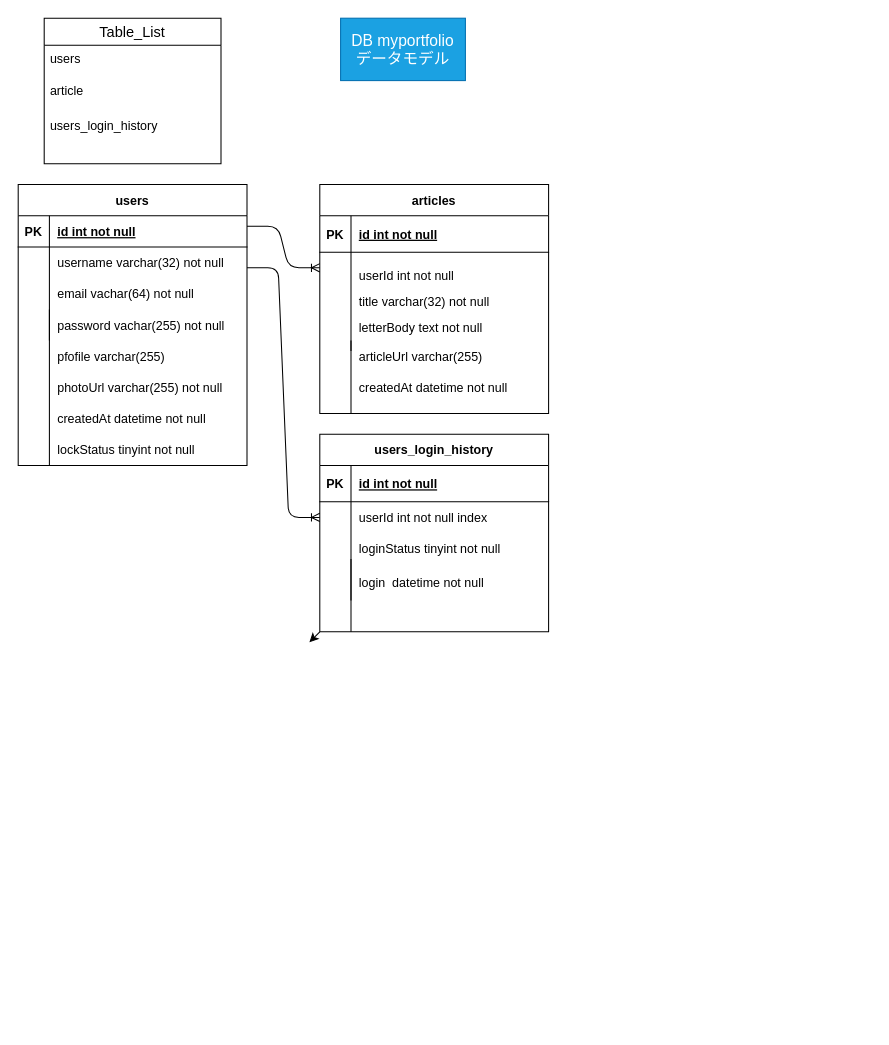
This is db.dio from hirohana/technologypost-backend, a draw.io file, before an edit. Source tidied: cells renumbered, new cells numbered last; positions are measured from the earlier drawing's top-left corner, leaving out a move shared by most shapes. Both pictures are drawn from the tidied source at 104%, with x=0, y=0 at pixel (18, 18).
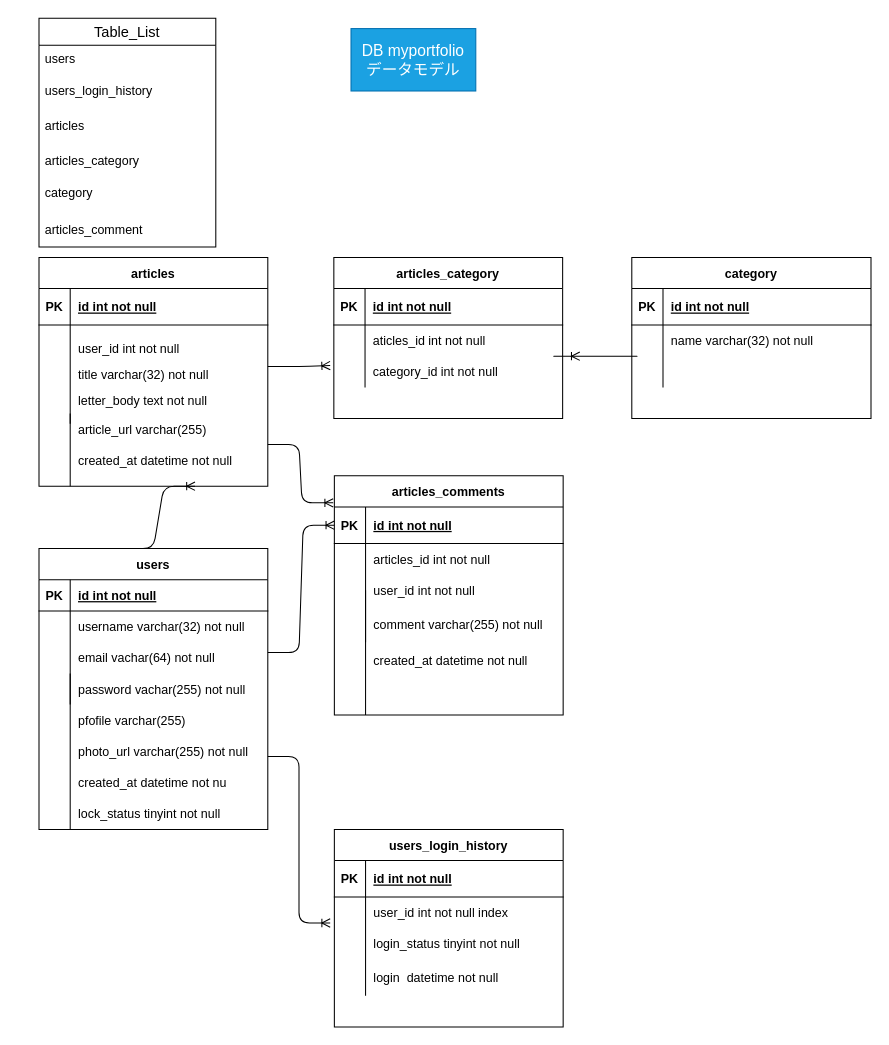
The same diagram, later.

Unchanged cells that the change refers to:
```xml
<mxCell id="20" style="shape=partialRectangle;fillColor=none;top=0;left=0;bottom=0;right=0;points=[[0,0.5],[1,0.5]];portConstraint=eastwest;" parent="16" vertex="1">
  <mxGeometry y="65" width="220" height="30" as="geometry" />
</mxCell>
<mxCell id="47" style="shape=partialRectangle;fillColor=none;top=0;left=0;bottom=0;right=0;points=[[0,0.5],[1,0.5]];portConstraint=eastwest;" parent="43" vertex="1">
  <mxGeometry y="65" width="220" height="30" as="geometry" />
</mxCell>
<mxCell id="50" style="shape=partialRectangle;fillColor=none;top=0;left=0;bottom=0;right=0;" parent="43" vertex="1">
  <mxGeometry y="95" width="220" height="30" as="geometry" />
</mxCell>
```

Diff of the diagram source:
```diff
@@
     <mxCell id="2" value="users" style="shape=table;startSize=30;childLayout=tableLayout;rowLines=0;fontStyle=1;align=center;" parent="1" vertex="1">
-      <mxGeometry y="160" width="220" height="270" as="geometry" />
+      <mxGeometry x="20" y="510" width="220" height="270" as="geometry" />
     </mxCell>
@@
     <mxCell id="15" value="&lt;font style=&quot;font-size: 15px&quot;&gt;DB myportfolio&lt;br&gt;データモデル&lt;/font&gt;" style="whiteSpace=wrap;html=1;fillColor=#1ba1e2;fontColor=#ffffff;strokeColor=#006EAF;" parent="1" vertex="1">
-      <mxGeometry x="310" width="120" height="60" as="geometry" />
+      <mxGeometry x="320" y="10" width="120" height="60" as="geometry" />
     </mxCell>
     <mxCell id="16" value="articles" style="shape=table;startSize=30;childLayout=tableLayout;rowLines=0;fontStyle=1;align=center;" parent="1" vertex="1">
-      <mxGeometry x="290" y="160" width="220" height="220" as="geometry" />
+      <mxGeometry x="20" y="230" width="220" height="220" as="geometry" />
     </mxCell>
@@
     <mxCell id="29" style="shape=partialRectangle;fillColor=none;top=0;left=0;bottom=0;right=0;" parent="1" vertex="1">
-      <mxGeometry x="290" y="340" width="190" height="30" as="geometry" />
+      <mxGeometry x="20" y="410" width="190" height="30" as="geometry" />
     </mxCell>
@@
-    <mxCell id="31" value="createdAt datetime not null" style="shape=partialRectangle;fillColor=none;top=0;left=0;bottom=0;right=0;align=left;spacingLeft=6;overflow=hidden;" parent="29" vertex="1">
+    <mxCell id="31" value="created_at datetime not null" style="shape=partialRectangle;fillColor=none;top=0;left=0;bottom=0;right=0;align=left;spacingLeft=6;overflow=hidden;" parent="29" vertex="1">
       <mxGeometry x="30" width="160" height="30" as="geometry" />
     </mxCell>
     <mxCell id="32" style="shape=partialRectangle;fillColor=none;top=0;left=0;bottom=0;right=0;" parent="1" vertex="1">
-      <mxGeometry x="290" y="310" width="180" height="30" as="geometry" />
+      <mxGeometry x="20" y="380" width="180" height="30" as="geometry" />
     </mxCell>
@@
-    <mxCell id="34" value="articleUrl varchar(255)" style="shape=partialRectangle;fillColor=none;top=0;left=0;bottom=0;right=0;align=left;spacingLeft=6;overflow=hidden;" parent="32" vertex="1">
+    <mxCell id="34" value="article_url varchar(255)" style="shape=partialRectangle;fillColor=none;top=0;left=0;bottom=0;right=0;align=left;spacingLeft=6;overflow=hidden;" parent="32" vertex="1">
       <mxGeometry x="30" width="150" height="30" as="geometry" />
     </mxCell>
     <mxCell id="35" style="endArrow=none;html=1;rounded=0;" parent="1" edge="1">
       <mxGeometry relative="1" as="geometry">
-        <mxPoint x="320" y="310" as="sourcePoint" />
-        <mxPoint x="320" y="380" as="targetPoint" />
+        <mxPoint x="50" y="380" as="sourcePoint" />
+        <mxPoint x="50" y="450" as="targetPoint" />
       </mxGeometry>
     </mxCell>
     <mxCell id="36" value="pfofile varchar(255)" style="shape=partialRectangle;fillColor=none;top=0;left=0;bottom=0;right=0;align=left;spacingLeft=6;overflow=hidden;" parent="1" vertex="1">
-      <mxGeometry x="30" y="310" width="190" height="30" as="geometry" />
+      <mxGeometry x="50" y="660" width="190" height="30" as="geometry" />
     </mxCell>
-    <mxCell id="37" value="createdAt datetime not null" style="shape=partialRectangle;fillColor=none;top=0;left=0;bottom=0;right=0;align=left;spacingLeft=6;overflow=hidden;" parent="1" vertex="1">
-      <mxGeometry x="30" y="370" width="150" height="30" as="geometry" />
+    <mxCell id="37" value="created_at datetime not null" style="shape=partialRectangle;fillColor=none;top=0;left=0;bottom=0;right=0;align=left;spacingLeft=6;overflow=hidden;" parent="1" vertex="1">
+      <mxGeometry x="50" y="720" width="150" height="30" as="geometry" />
     </mxCell>
     <mxCell id="38" value="password vachar(255) not null" style="shape=partialRectangle;fillColor=none;top=0;left=0;bottom=0;right=0;align=left;spacingLeft=6;overflow=hidden;" parent="1" vertex="1">
-      <mxGeometry x="30" y="280" width="190" height="30" as="geometry" />
+      <mxGeometry x="50" y="630" width="190" height="30" as="geometry" />
     </mxCell>
     <mxCell id="39" style="endArrow=none;html=1;rounded=0;" parent="1" edge="1">
       <mxGeometry relative="1" as="geometry">
-        <mxPoint x="30" y="280" as="sourcePoint" />
-        <mxPoint x="30" y="430" as="targetPoint" />
+        <mxPoint x="50" y="630" as="sourcePoint" />
+        <mxPoint x="50" y="780" as="targetPoint" />
       </mxGeometry>
     </mxCell>
-    <mxCell id="40" value="photoUrl varchar(255) not null" style="shape=partialRectangle;fillColor=none;top=0;left=0;bottom=0;right=0;align=left;spacingLeft=6;overflow=hidden;" parent="1" vertex="1">
-      <mxGeometry x="30" y="340" width="190" height="30" as="geometry" />
+    <mxCell id="40" value="photo_url varchar(255) not null" style="shape=partialRectangle;fillColor=none;top=0;left=0;bottom=0;right=0;align=left;spacingLeft=6;overflow=hidden;" parent="1" vertex="1">
+      <mxGeometry x="50" y="690" width="190" height="30" as="geometry" />
     </mxCell>
     <mxCell id="41" value="email vachar(64) not null" style="shape=partialRectangle;fillColor=none;top=0;left=0;bottom=0;right=0;align=left;spacingLeft=6;overflow=hidden;" parent="1" vertex="1">
-      <mxGeometry x="30" y="250" width="190" height="30" as="geometry" />
+      <mxGeometry x="50" y="600" width="190" height="30" as="geometry" />
     </mxCell>
-    <mxCell id="42" style="edgeStyle=none;html=1;exitX=0;exitY=1;exitDx=0;exitDy=0;" parent="1" edge="1" source="43">
-      <mxGeometry relative="1" as="geometry">
-        <mxPoint x="280" y="600" as="targetPoint" />
-      </mxGeometry>
-    </mxCell>
     <mxCell id="43" value="users_login_history" style="shape=table;startSize=30;childLayout=tableLayout;rowLines=0;fontStyle=1;align=center;" parent="1" vertex="1">
-      <mxGeometry x="290" y="400" width="220" height="190" as="geometry" />
+      <mxGeometry x="304" y="780" width="220" height="190" as="geometry" />
     </mxCell>
@@
-    <mxCell id="49" value="userId int not null index" style="shape=partialRectangle;fillColor=none;top=0;left=0;bottom=0;right=0;align=left;spacingLeft=6;overflow=hidden;" parent="47" vertex="1">
+    <mxCell id="49" value="user_id int not null index" style="shape=partialRectangle;fillColor=none;top=0;left=0;bottom=0;right=0;align=left;spacingLeft=6;overflow=hidden;" parent="47" vertex="1">
       <mxGeometry x="30" width="190" height="30" as="geometry" />
     </mxCell>
@@
-    <mxCell id="52" value="loginStatus tinyint not null" style="shape=partialRectangle;fillColor=none;top=0;left=0;bottom=0;right=0;align=left;spacingLeft=6;overflow=hidden;" parent="50" vertex="1">
+    <mxCell id="52" value="login_status tinyint not null" style="shape=partialRectangle;fillColor=none;top=0;left=0;bottom=0;right=0;align=left;spacingLeft=6;overflow=hidden;" parent="50" vertex="1">
       <mxGeometry x="30" width="190" height="30" as="geometry" />
     </mxCell>
@@
-    <mxCell id="56" style="edgeStyle=entityRelationEdgeStyle;fontSize=12;html=1;endArrow=ERoneToMany;entryX=0;entryY=0.5;entryDx=0;entryDy=0;" parent="1" edge="1" target="47">
-      <mxGeometry relative="1" as="geometry">
-        <mxPoint x="220" y="240" as="sourcePoint" />
-      </mxGeometry>
-    </mxCell>
     <mxCell id="57" value="Table_List" style="swimlane;fontStyle=0;horizontal=1;startSize=26;align=center;fontSize=14;" parent="1" vertex="1">
-      <mxGeometry x="25" width="170" height="140" as="geometry" />
+      <mxGeometry x="20" width="170" height="220" as="geometry" />
     </mxCell>
@@
+    <mxCell id="60" value="users_login_history" style="text;strokeColor=none;fillColor=none;spacingLeft=4;spacingRight=4;overflow=hidden;fontSize=12;" parent="57" vertex="1">
+      <mxGeometry y="56" width="170" height="34" as="geometry" />
+    </mxCell>
-    <mxCell id="59" value="article" style="text;strokeColor=none;fillColor=none;spacingLeft=4;spacingRight=4;overflow=hidden;fontSize=12;" parent="57" vertex="1">
-      <mxGeometry y="56" width="170" height="34" as="geometry" />
+    <mxCell id="59" value="articles" style="text;strokeColor=none;fillColor=none;spacingLeft=4;spacingRight=4;overflow=hidden;fontSize=12;" parent="57" vertex="1">
+      <mxGeometry y="90" width="170" height="34" as="geometry" />
     </mxCell>
-    <mxCell id="60" value="users_login_history" style="text;strokeColor=none;fillColor=none;spacingLeft=4;spacingRight=4;overflow=hidden;fontSize=12;" parent="57" vertex="1">
-      <mxGeometry y="90" width="170" height="50" as="geometry" />
-    </mxCell>
-    <mxCell id="61" style="endArrow=none;html=1;rounded=0;" parent="1" edge="1">
-      <mxGeometry relative="1" as="geometry">
-        <mxPoint x="320" y="520" as="sourcePoint" />
-        <mxPoint x="320" y="590" as="targetPoint" />
-        <Array as="points">
-          <mxPoint x="320" y="590" />
-        </Array>
-      </mxGeometry>
-    </mxCell>
+    <mxCell id="66" value="articles_category" style="text;strokeColor=none;fillColor=none;spacingLeft=4;spacingRight=4;overflow=hidden;fontSize=12;" parent="57" vertex="1">
+      <mxGeometry y="124" width="170" height="30" as="geometry" />
+    </mxCell>
+    <mxCell id="67" value="category" style="text;strokeColor=none;fillColor=none;spacingLeft=4;spacingRight=4;overflow=hidden;fontSize=12;" parent="57" vertex="1">
+      <mxGeometry y="154" width="170" height="36" as="geometry" />
+    </mxCell>
+    <mxCell id="68" value="articles_comment" style="text;strokeColor=none;fillColor=none;spacingLeft=4;spacingRight=4;overflow=hidden;fontSize=12;" parent="57" vertex="1">
+      <mxGeometry y="190" width="170" height="30" as="geometry" />
+    </mxCell>
-    <mxCell id="62" value="letterBody text not null" style="shape=partialRectangle;fillColor=none;top=0;left=0;bottom=0;right=0;align=left;spacingLeft=6;overflow=hidden;" parent="1" vertex="1">
-      <mxGeometry x="320" y="280" width="190" height="35" as="geometry" />
+    <mxCell id="62" value="letter_body text not null" style="shape=partialRectangle;fillColor=none;top=0;left=0;bottom=0;right=0;align=left;spacingLeft=6;overflow=hidden;" parent="1" vertex="1">
+      <mxGeometry x="50" y="350" width="190" height="35" as="geometry" />
     </mxCell>
-    <mxCell id="63" value="userId int not null" style="shape=partialRectangle;fillColor=none;top=0;left=0;bottom=0;right=0;align=left;spacingLeft=6;overflow=hidden;" parent="1" vertex="1">
-      <mxGeometry x="320" y="230" width="190" height="35" as="geometry" />
+    <mxCell id="63" value="user_id int not null" style="shape=partialRectangle;fillColor=none;top=0;left=0;bottom=0;right=0;align=left;spacingLeft=6;overflow=hidden;" parent="1" vertex="1">
+      <mxGeometry x="50" y="300" width="190" height="35" as="geometry" />
     </mxCell>
-    <mxCell id="64" style="edgeStyle=entityRelationEdgeStyle;fontSize=12;html=1;endArrow=ERoneToMany;entryX=0;entryY=0.5;entryDx=0;entryDy=0;" parent="1" edge="1" target="20">
-      <mxGeometry relative="1" as="geometry">
-        <mxPoint x="220" y="200" as="sourcePoint" />
-      </mxGeometry>
-    </mxCell>
-    <mxCell id="65" value="lockStatus tinyint not null" style="shape=partialRectangle;fillColor=none;top=0;left=0;bottom=0;right=0;align=left;spacingLeft=6;overflow=hidden;" parent="1" vertex="1">
-      <mxGeometry x="30" y="400" width="190" height="30" as="geometry" />
+    <mxCell id="65" value="lock_status tinyint not null" style="shape=partialRectangle;fillColor=none;top=0;left=0;bottom=0;right=0;align=left;spacingLeft=6;overflow=hidden;" parent="1" vertex="1">
+      <mxGeometry x="50" y="750" width="190" height="30" as="geometry" />
     </mxCell>
+    <mxCell id="42" value="articles_category" style="shape=table;startSize=30;childLayout=tableLayout;rowLines=0;fontStyle=1;align=center;" parent="1" vertex="1">
+      <mxGeometry x="303.5" y="230" width="220" height="155" as="geometry" />
+    </mxCell>
+    <mxCell id="69" style="shape=partialRectangle;fillColor=none;top=0;left=0;bottom=1;right=0;" parent="42" vertex="1">
+      <mxGeometry y="30" width="220" height="35" as="geometry" />
+    </mxCell>
+    <mxCell id="70" value="PK" style="shape=partialRectangle;fillColor=none;top=0;left=0;bottom=0;right=0;fontStyle=1;overflow=hidden;" parent="69" vertex="1">
+      <mxGeometry width="30" height="35" as="geometry" />
+    </mxCell>
+    <mxCell id="71" value="id int not null" style="shape=partialRectangle;fillColor=none;top=0;left=0;bottom=0;right=0;align=left;spacingLeft=6;fontStyle=5;overflow=hidden;" parent="69" vertex="1">
+      <mxGeometry x="30" width="190" height="35" as="geometry" />
+    </mxCell>
+    <mxCell id="72" style="shape=partialRectangle;fillColor=none;top=0;left=0;bottom=0;right=0;" parent="42" vertex="1">
+      <mxGeometry y="65" width="220" height="30" as="geometry" />
+    </mxCell>
+    <mxCell id="73" style="shape=partialRectangle;fillColor=none;top=0;left=0;bottom=0;right=0;overflow=hidden;" parent="72" vertex="1">
+      <mxGeometry width="30" height="30" as="geometry" />
+    </mxCell>
+    <mxCell id="74" value="aticles_id int not null" style="shape=partialRectangle;fillColor=none;top=0;left=0;bottom=0;right=0;align=left;spacingLeft=6;overflow=hidden;" parent="72" vertex="1">
+      <mxGeometry x="30" width="190" height="30" as="geometry" />
+    </mxCell>
+    <mxCell id="75" style="shape=partialRectangle;fillColor=none;top=0;left=0;bottom=0;right=0;points=[[0,0.5],[1,0.5]];portConstraint=eastwest;" parent="42" vertex="1">
+      <mxGeometry y="95" width="220" height="30" as="geometry" />
+    </mxCell>
+    <mxCell id="76" style="shape=partialRectangle;fillColor=none;top=0;left=0;bottom=0;right=0;overflow=hidden;" parent="75" vertex="1">
+      <mxGeometry width="30" height="30" as="geometry" />
+    </mxCell>
+    <mxCell id="77" value="category_id int not null" style="shape=partialRectangle;fillColor=none;top=0;left=0;bottom=0;right=0;align=left;spacingLeft=6;overflow=hidden;" parent="75" vertex="1">
+      <mxGeometry x="30" width="190" height="30" as="geometry" />
+    </mxCell>
+    <mxCell id="78" value="category" style="shape=table;startSize=30;childLayout=tableLayout;rowLines=0;fontStyle=1;align=center;" parent="1" vertex="1">
+      <mxGeometry x="590" y="230" width="230" height="155" as="geometry" />
+    </mxCell>
+    <mxCell id="79" style="shape=partialRectangle;fillColor=none;top=0;left=0;bottom=1;right=0;" parent="78" vertex="1">
+      <mxGeometry y="30" width="230" height="35" as="geometry" />
+    </mxCell>
+    <mxCell id="80" value="PK" style="shape=partialRectangle;fillColor=none;top=0;left=0;bottom=0;right=0;fontStyle=1;overflow=hidden;" parent="79" vertex="1">
+      <mxGeometry width="30" height="35" as="geometry" />
+    </mxCell>
+    <mxCell id="81" value="id int not null" style="shape=partialRectangle;fillColor=none;top=0;left=0;bottom=0;right=0;align=left;spacingLeft=6;fontStyle=5;overflow=hidden;" parent="79" vertex="1">
+      <mxGeometry x="30" width="200" height="35" as="geometry" />
+    </mxCell>
+    <mxCell id="82" style="shape=partialRectangle;fillColor=none;top=0;left=0;bottom=0;right=0;" parent="78" vertex="1">
+      <mxGeometry y="65" width="230" height="30" as="geometry" />
+    </mxCell>
+    <mxCell id="83" style="shape=partialRectangle;fillColor=none;top=0;left=0;bottom=0;right=0;overflow=hidden;" parent="82" vertex="1">
+      <mxGeometry width="30" height="30" as="geometry" />
+    </mxCell>
+    <mxCell id="84" value="name varchar(32) not null" style="shape=partialRectangle;fillColor=none;top=0;left=0;bottom=0;right=0;align=left;spacingLeft=6;overflow=hidden;" parent="82" vertex="1">
+      <mxGeometry x="30" width="200" height="30" as="geometry" />
+    </mxCell>
+    <mxCell id="85" style="shape=partialRectangle;fillColor=none;top=0;left=0;bottom=0;right=0;" parent="78" vertex="1">
+      <mxGeometry y="95" width="230" height="30" as="geometry" />
+    </mxCell>
+    <mxCell id="86" style="shape=partialRectangle;fillColor=none;top=0;left=0;bottom=0;right=0;overflow=hidden;" parent="85" vertex="1">
+      <mxGeometry width="30" height="30" as="geometry" />
+    </mxCell>
+    <mxCell id="87" style="shape=partialRectangle;fillColor=none;top=0;left=0;bottom=0;right=0;align=left;spacingLeft=6;overflow=hidden;" parent="85" vertex="1">
+      <mxGeometry x="30" width="200" height="30" as="geometry" />
+    </mxCell>
+    <mxCell id="88" value="articles_comments" style="shape=table;startSize=30;childLayout=tableLayout;rowLines=0;fontStyle=1;align=center;" parent="1" vertex="1">
+      <mxGeometry x="304" y="440" width="220" height="230" as="geometry" />
+    </mxCell>
+    <mxCell id="89" style="shape=partialRectangle;fillColor=none;top=0;left=0;bottom=1;right=0;points=[[0,0.5],[1,0.5]];portConstraint=eastwest;" parent="88" vertex="1">
+      <mxGeometry y="30" width="220" height="35" as="geometry" />
+    </mxCell>
+    <mxCell id="90" value="PK" style="shape=partialRectangle;fillColor=none;top=0;left=0;bottom=0;right=0;fontStyle=1;overflow=hidden;" parent="89" vertex="1">
+      <mxGeometry width="30" height="35" as="geometry" />
+    </mxCell>
+    <mxCell id="91" value="id int not null" style="shape=partialRectangle;fillColor=none;top=0;left=0;bottom=0;right=0;align=left;spacingLeft=6;fontStyle=5;overflow=hidden;" parent="89" vertex="1">
+      <mxGeometry x="30" width="190" height="35" as="geometry" />
+    </mxCell>
+    <mxCell id="92" style="shape=partialRectangle;fillColor=none;top=0;left=0;bottom=0;right=0;" parent="88" vertex="1">
+      <mxGeometry y="65" width="220" height="30" as="geometry" />
+    </mxCell>
+    <mxCell id="93" style="shape=partialRectangle;fillColor=none;top=0;left=0;bottom=0;right=0;overflow=hidden;" parent="92" vertex="1">
+      <mxGeometry width="30" height="30" as="geometry" />
+    </mxCell>
+    <mxCell id="94" value="articles_id int not null" style="shape=partialRectangle;fillColor=none;top=0;left=0;bottom=0;right=0;align=left;spacingLeft=6;overflow=hidden;" parent="92" vertex="1">
+      <mxGeometry x="30" width="190" height="30" as="geometry" />
+    </mxCell>
+    <mxCell id="95" style="shape=partialRectangle;fillColor=none;top=0;left=0;bottom=0;right=0;" parent="88" vertex="1">
+      <mxGeometry y="95" width="220" height="30" as="geometry" />
+    </mxCell>
+    <mxCell id="96" style="shape=partialRectangle;fillColor=none;top=0;left=0;bottom=0;right=0;overflow=hidden;" parent="95" vertex="1">
+      <mxGeometry width="30" height="30" as="geometry" />
+    </mxCell>
+    <mxCell id="97" value="user_id int not null" style="shape=partialRectangle;fillColor=none;top=0;left=0;bottom=0;right=0;align=left;spacingLeft=6;overflow=hidden;" parent="95" vertex="1">
+      <mxGeometry x="30" width="190" height="30" as="geometry" />
+    </mxCell>
+    <mxCell id="98" style="shape=partialRectangle;fillColor=none;top=0;left=0;bottom=0;right=0;" parent="88" vertex="1">
+      <mxGeometry y="125" width="220" height="35" as="geometry" />
+    </mxCell>
+    <mxCell id="99" style="shape=partialRectangle;fillColor=none;top=0;left=0;bottom=0;right=0;overflow=hidden;" parent="98" vertex="1">
+      <mxGeometry width="30" height="35" as="geometry" />
+    </mxCell>
+    <mxCell id="100" value="comment varchar(255) not null" style="shape=partialRectangle;fillColor=none;top=0;left=0;bottom=0;right=0;align=left;spacingLeft=6;overflow=hidden;" parent="98" vertex="1">
+      <mxGeometry x="30" width="190" height="35" as="geometry" />
+    </mxCell>
+    <mxCell id="101" style="edgeStyle=entityRelationEdgeStyle;fontSize=12;html=1;endArrow=ERoneToMany;entryX=-0.016;entryY=0.3;entryDx=0;entryDy=0;entryPerimeter=0;" parent="1" edge="1" target="75">
+      <mxGeometry relative="1" as="geometry">
+        <mxPoint x="240" y="335" as="sourcePoint" />
+      </mxGeometry>
+    </mxCell>
+    <mxCell id="102" style="edgeStyle=entityRelationEdgeStyle;fontSize=12;html=1;endArrow=ERoneToMany;" parent="1" edge="1">
+      <mxGeometry relative="1" as="geometry">
+        <mxPoint x="570" y="325" as="sourcePoint" />
+        <mxPoint x="540" y="325" as="targetPoint" />
+      </mxGeometry>
+    </mxCell>
+    <mxCell id="103" style="edgeStyle=entityRelationEdgeStyle;fontSize=12;html=1;endArrow=ERoneToMany;entryX=0;entryY=0.5;entryDx=0;entryDy=0;" parent="1" edge="1" target="89">
+      <mxGeometry relative="1" as="geometry">
+        <mxPoint x="240" y="610" as="sourcePoint" />
+      </mxGeometry>
+    </mxCell>
+    <mxCell id="104" style="edgeStyle=entityRelationEdgeStyle;fontSize=12;html=1;endArrow=ERoneToMany;" parent="1" edge="1">
+      <mxGeometry relative="1" as="geometry">
+        <mxPoint x="240" y="710" as="sourcePoint" />
+        <mxPoint x="300" y="870" as="targetPoint" />
+      </mxGeometry>
+    </mxCell>
+    <mxCell id="105" style="edgeStyle=entityRelationEdgeStyle;fontSize=12;html=1;endArrow=ERoneToMany;" parent="1" edge="1">
+      <mxGeometry relative="1" as="geometry">
+        <mxPoint x="100" y="510" as="sourcePoint" />
+        <mxPoint x="170" y="450" as="targetPoint" />
+      </mxGeometry>
+    </mxCell>
+    <mxCell id="106" style="edgeStyle=entityRelationEdgeStyle;fontSize=12;html=1;endArrow=ERoneToMany;entryX=-0.005;entryY=-0.114;entryDx=0;entryDy=0;entryPerimeter=0;" parent="1" edge="1" target="89">
+      <mxGeometry relative="1" as="geometry">
+        <mxPoint x="240" y="410" as="sourcePoint" />
+      </mxGeometry>
+    </mxCell>
+    <mxCell id="107" style="endArrow=none;html=1;rounded=0;" parent="1" edge="1">
+      <mxGeometry relative="1" as="geometry">
+        <mxPoint x="334" y="550" as="sourcePoint" />
+        <mxPoint x="334" y="670" as="targetPoint" />
+      </mxGeometry>
+    </mxCell>
+    <mxCell id="108" value="created_at datetime not null" style="shape=partialRectangle;fillColor=none;top=0;left=0;bottom=0;right=0;align=left;spacingLeft=6;overflow=hidden;" parent="1" vertex="1">
+      <mxGeometry x="334" y="600" width="190" height="35" as="geometry" />
+    </mxCell>
```
